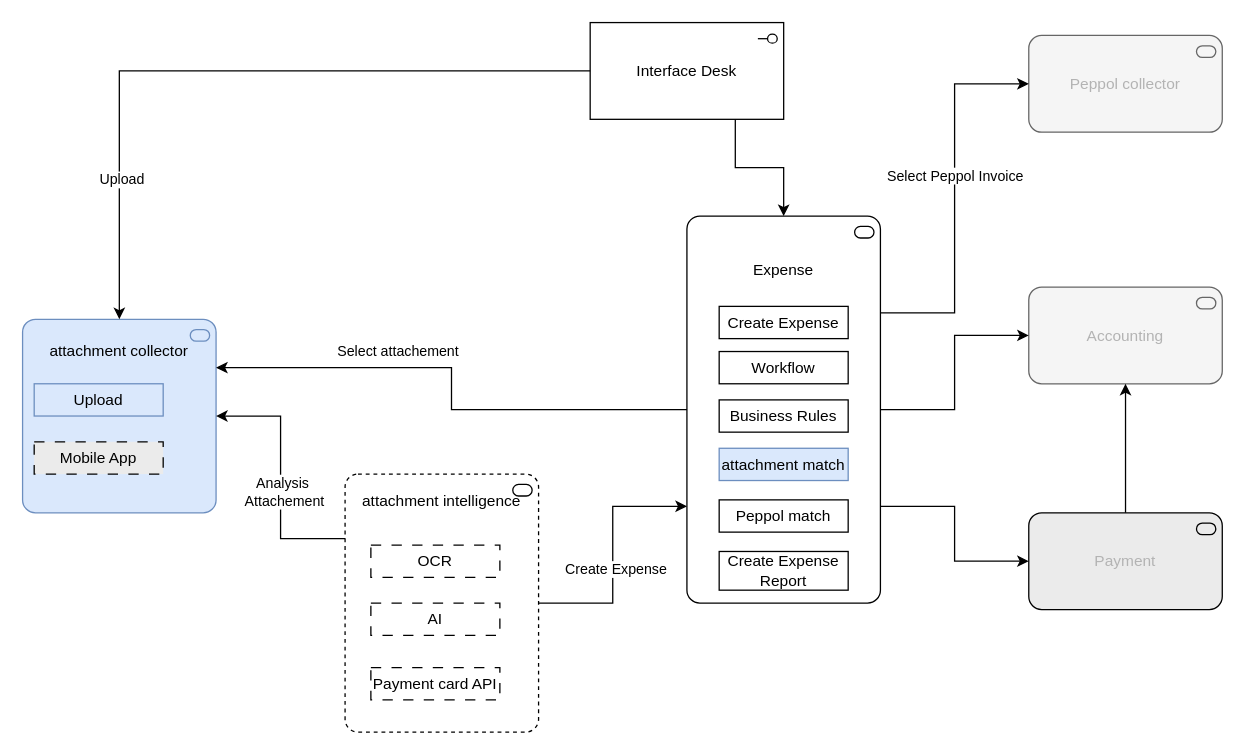
This is page "Service" (1 of 5) of Diagramme sans nom.drawio from Idir-smart/SandBox, a draw.io file, before an edit. Source tidied: cells renumbered, new cells numbered last; positions are measured from the earlier drawing's top-left corner, leaving out a move shared by most shapes. Both pictures are drawn from the tidied source at 129%, with x=0, y=0 at pixel (22, 22).
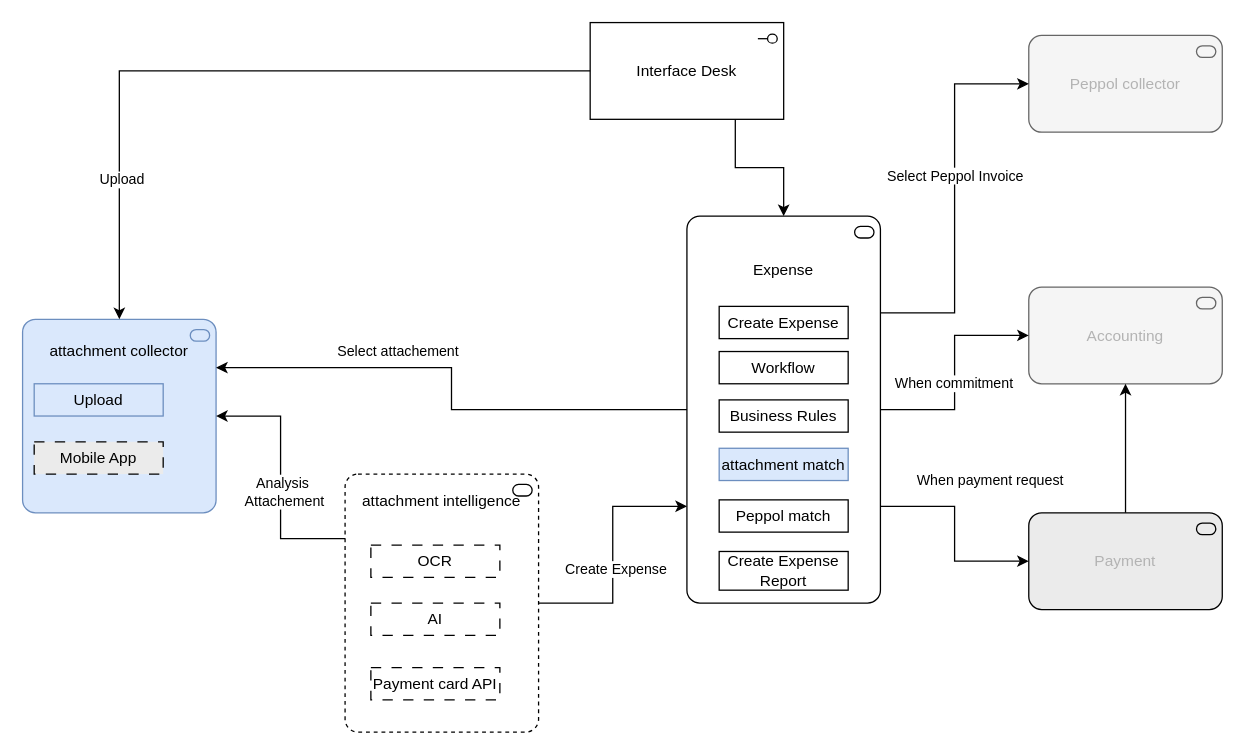
Above is the later version.

Unchanged cells that the change refers to:
```xml
<mxCell id="26" style="edgeStyle=orthogonalEdgeStyle;rounded=0;jettySize=auto;html=1;exitX=1;exitY=0.75;exitDx=0;exitDy=0;exitPerimeter=0;entryX=0;entryY=0.5;entryDx=0;entryDy=0;entryPerimeter=0;" parent="1" edge="1" source="13" target="23">
  <mxGeometry relative="1" as="geometry" />
</mxCell>
<mxCell id="27" style="edgeStyle=orthogonalEdgeStyle;rounded=0;jettySize=auto;html=1;exitX=1;exitY=0.5;exitDx=0;exitDy=0;exitPerimeter=0;entryX=0;entryY=0.5;entryDx=0;entryDy=0;entryPerimeter=0;" parent="1" edge="1" source="13" target="24">
  <mxGeometry relative="1" as="geometry" />
</mxCell>
```

The edit, as a diff of the source:
```diff
@@
+    <mxCell id="34" value="When payment request" style="edgeLabel;html=1;align=center;verticalAlign=middle;" parent="26" vertex="1">
+      <mxGeometry x="-0.21" y="-3" relative="1" as="geometry">
+        <mxPoint x="30" y="-25" as="offset" />
+      </mxGeometry>
+    </mxCell>
@@
+    <mxCell id="35" value="When commitment" style="edgeLabel;html=1;align=center;verticalAlign=middle;" parent="27" vertex="1">
+      <mxGeometry x="-0.09" y="1" relative="1" as="geometry" />
+    </mxCell>
```
